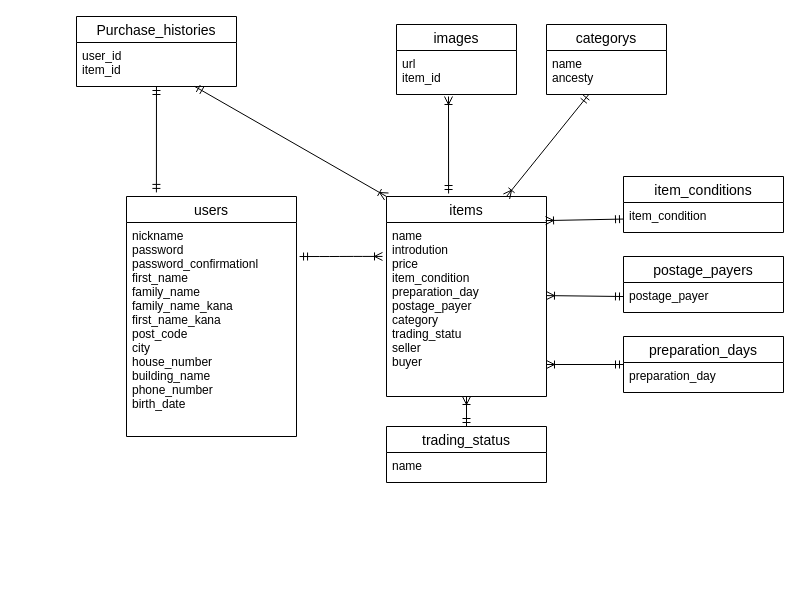
This is furima.dio from coco1127/furima-38432, a draw.io file, before an edit. Source tidied: cells renumbered, new cells numbered last; positions are measured from the earlier drawing's top-left corner, leaving out a move shared by most shapes. Both pictures are drawn from the tidied source at 100%, with x=0, y=0 at pixel (76, 16).
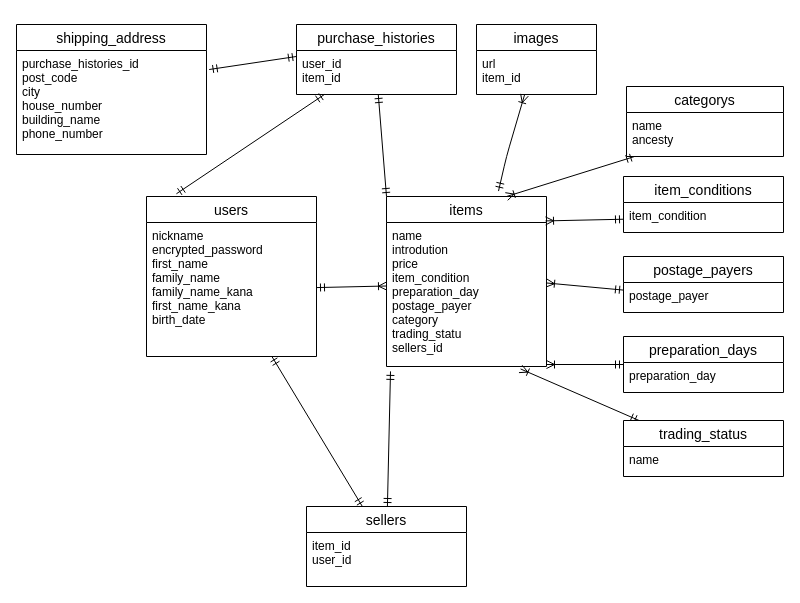
The same diagram, later.

Commit message (it also covers changes not shown here):
購入・配送先テーブル作成

Unchanged cells that the change refers to:
```xml
<mxCell id="7" value="url&#10;item_id" style="text;strokeColor=none;fillColor=none;spacingLeft=4;spacingRight=4;overflow=hidden;points=[[0,0.5],[1,0.5]];portConstraint=eastwest;fontSize=12;" parent="6" vertex="1">
  <mxGeometry y="26" width="120" height="44" as="geometry" />
</mxCell>
<mxCell id="12" value="user_id&#10;item_id&#10;" style="text;strokeColor=none;fillColor=none;spacingLeft=4;spacingRight=4;overflow=hidden;points=[[0,0.5],[1,0.5]];portConstraint=eastwest;fontSize=12;" parent="11" vertex="1">
  <mxGeometry y="26" width="160" height="44" as="geometry" />
</mxCell>
```

Change to the diagram source:
```diff
@@
     <mxCell id="2" value="users" style="swimlane;fontStyle=0;horizontal=1;startSize=26;align=center;fontSize=14;" parent="1" vertex="1">
-      <mxGeometry x="50" y="180" width="170" height="240" as="geometry" />
+      <mxGeometry x="70" y="180" width="170" height="160" as="geometry" />
     </mxCell>
-    <mxCell id="3" value="nickname&#10;password&#10;password_confirmationl&#10;first_name&#10;family_name&#10;family_name_kana&#10;first_name_kana&#10;post_code&#10;city&#10;house_number&#10;building_name&#10;phone_number&#10;birth_date&#10;" style="text;strokeColor=none;fillColor=none;spacingLeft=4;spacingRight=4;overflow=hidden;points=[[0,0.5],[1,0.5]];portConstraint=eastwest;fontSize=12;" parent="2" vertex="1">
-      <mxGeometry y="26" width="170" height="214" as="geometry" />
+    <mxCell id="3" value="nickname&#10;encrypted_password&#10;first_name&#10;family_name&#10;family_name_kana&#10;first_name_kana&#10;birth_date&#10;" style="text;strokeColor=none;fillColor=none;spacingLeft=4;spacingRight=4;overflow=hidden;points=[[0,0.5],[1,0.5]];portConstraint=eastwest;fontSize=12;" parent="2" vertex="1">
+      <mxGeometry y="26" width="170" height="134" as="geometry" />
     </mxCell>
     <mxCell id="4" value="items" style="swimlane;fontStyle=0;horizontal=1;startSize=26;align=center;fontSize=14;" parent="1" vertex="1">
-      <mxGeometry x="310" y="180" width="160" height="200" as="geometry" />
+      <mxGeometry x="310" y="180" width="160" height="170" as="geometry" />
     </mxCell>
-    <mxCell id="5" value="name&#10;introdution&#10;price&#10;item_condition&#10;preparation_day&#10;postage_payer&#10;category&#10;trading_statu&#10;seller&#10;buyer&#10;&#10;" style="text;strokeColor=none;fillColor=none;spacingLeft=4;spacingRight=4;overflow=hidden;points=[[0,0.5],[1,0.5]];portConstraint=eastwest;fontSize=12;" parent="4" vertex="1">
-      <mxGeometry y="26" width="160" height="174" as="geometry" />
+    <mxCell id="5" value="name&#10;introdution&#10;price&#10;item_condition&#10;preparation_day&#10;postage_payer&#10;category&#10;trading_statu&#10;sellers_id&#10;" style="text;strokeColor=none;fillColor=none;spacingLeft=4;spacingRight=4;overflow=hidden;points=[[0,0.5],[1,0.5]];portConstraint=eastwest;fontSize=12;" parent="4" vertex="1">
+      <mxGeometry y="26" width="160" height="144" as="geometry" />
     </mxCell>
     <mxCell id="6" value="images" style="swimlane;fontStyle=0;horizontal=1;startSize=26;align=center;fontSize=14;" parent="1" vertex="1">
-      <mxGeometry x="320" y="8" width="120" height="70" as="geometry" />
+      <mxGeometry x="400" y="8" width="120" height="70" as="geometry" />
     </mxCell>
@@
     <mxCell id="8" value="categorys" style="swimlane;fontStyle=0;horizontal=1;startSize=26;align=center;fontSize=14;" parent="1" vertex="1">
-      <mxGeometry x="470" y="8" width="120" height="70" as="geometry" />
+      <mxGeometry x="550" y="70" width="157" height="70" as="geometry" />
     </mxCell>
     <mxCell id="9" value="name&#10;ancesty" style="text;strokeColor=none;fillColor=none;spacingLeft=4;spacingRight=4;overflow=hidden;points=[[0,0.5],[1,0.5]];portConstraint=eastwest;fontSize=12;" parent="8" vertex="1">
-      <mxGeometry y="26" width="120" height="44" as="geometry" />
+      <mxGeometry y="26" width="157" height="44" as="geometry" />
     </mxCell>
@@
-    <mxCell id="11" value="Purchase_histories" style="swimlane;fontStyle=0;horizontal=1;startSize=26;align=center;fontSize=14;" parent="1" vertex="1">
-      <mxGeometry width="160" height="70" as="geometry" />
+    <mxCell id="11" value="purchase_histories" style="swimlane;fontStyle=0;horizontal=1;startSize=26;align=center;fontSize=14;" parent="1" vertex="1">
+      <mxGeometry x="220" y="8" width="160" height="70" as="geometry" />
     </mxCell>
@@
-    <mxCell id="14" style="edgeStyle=none;html=1;startArrow=ERmandOne;startFill=0;endArrow=ERoneToMany;endFill=0;exitX=0.388;exitY=-0.015;exitDx=0;exitDy=0;exitPerimeter=0;" parent="1" edge="1" source="4">
+    <mxCell id="14" style="edgeStyle=none;html=1;startArrow=ERmandOne;startFill=0;endArrow=ERoneToMany;endFill=0;entryX=0.4;entryY=1.011;entryDx=0;entryDy=0;entryPerimeter=0;exitX=0.7;exitY=-0.032;exitDx=0;exitDy=0;exitPerimeter=0;" parent="1" edge="1" source="4" target="7">
       <mxGeometry relative="1" as="geometry">
-        <mxPoint x="372" y="80" as="targetPoint" />
+        <Array as="points">
+          <mxPoint x="430" y="140" />
+        </Array>
       </mxGeometry>
     </mxCell>
-    <mxCell id="15" style="edgeStyle=entityRelationEdgeStyle;fontSize=12;html=1;endArrow=ERoneToMany;exitX=1.018;exitY=0.159;exitDx=0;exitDy=0;exitPerimeter=0;entryX=-0.025;entryY=0.195;entryDx=0;entryDy=0;entryPerimeter=0;startArrow=ERmandOne;startFill=0;endFill=0;" parent="1" edge="1" source="3" target="5">
-      <mxGeometry relative="1" as="geometry" />
-    </mxCell>
@@
-    <mxCell id="23" style="edgeStyle=none;html=1;startArrow=ERmandOne;startFill=0;endArrow=ERoneToMany;endFill=0;" parent="1" edge="1" source="24" target="5">
+    <mxCell id="23" style="edgeStyle=none;html=1;startArrow=ERmandOne;startFill=0;endArrow=ERoneToMany;endFill=0;entryX=0.838;entryY=1.017;entryDx=0;entryDy=0;entryPerimeter=0;" parent="1" edge="1" source="24" target="5">
       <mxGeometry relative="1" as="geometry" />
     </mxCell>
     <mxCell id="24" value="trading_status" style="swimlane;fontStyle=0;horizontal=1;startSize=26;align=center;fontSize=14;" parent="1" vertex="1">
-      <mxGeometry x="310" y="410" width="160" height="56" as="geometry" />
+      <mxGeometry x="547" y="404" width="160" height="56" as="geometry" />
     </mxCell>
@@
-    <mxCell id="28" style="edgeStyle=none;html=1;startArrow=ERmandOne;startFill=0;endArrow=ERoneToMany;endFill=0;" parent="1" edge="1" source="12">
+    <mxCell id="28" style="edgeStyle=none;html=1;startArrow=ERmandOne;startFill=0;endArrow=ERmandOne;endFill=0;" parent="1" edge="1" source="12">
       <mxGeometry relative="1" as="geometry">
         <mxPoint x="310" y="180" as="targetPoint" />
       </mxGeometry>
     </mxCell>
+    <mxCell id="29" style="edgeStyle=none;html=1;entryX=0.025;entryY=1.034;entryDx=0;entryDy=0;entryPerimeter=0;startArrow=ERmandOne;startFill=0;endArrow=ERmandOne;endFill=0;" parent="1" edge="1" source="30" target="5">
+      <mxGeometry relative="1" as="geometry" />
+    </mxCell>
+    <mxCell id="30" value="sellers" style="swimlane;fontStyle=0;horizontal=1;startSize=26;align=center;fontSize=14;" parent="1" vertex="1">
+      <mxGeometry x="230" y="490" width="160" height="80" as="geometry" />
+    </mxCell>
+    <mxCell id="31" value="item_id&#10;user_id" style="text;strokeColor=none;fillColor=none;spacingLeft=4;spacingRight=4;overflow=hidden;fontSize=12;" parent="30" vertex="1">
+      <mxGeometry y="26" width="160" height="54" as="geometry" />
+    </mxCell>
+    <mxCell id="32" style="edgeStyle=none;html=1;startArrow=ERmandOne;startFill=0;endArrow=ERmandOne;endFill=0;entryX=0;entryY=0.136;entryDx=0;entryDy=0;entryPerimeter=0;exitX=1.014;exitY=0.183;exitDx=0;exitDy=0;exitPerimeter=0;" parent="1" edge="1" source="34" target="12">
+      <mxGeometry relative="1" as="geometry" />
+    </mxCell>
+    <mxCell id="33" value="shipping_address" style="swimlane;fontStyle=0;horizontal=1;startSize=26;align=center;fontSize=14;" parent="1" vertex="1">
+      <mxGeometry x="-60" y="8" width="190" height="130" as="geometry" />
+    </mxCell>
+    <mxCell id="34" value="purchase_histories_id&#10;post_code&#10;city&#10;house_number&#10;building_name&#10;phone_number" style="text;strokeColor=none;fillColor=none;spacingLeft=4;spacingRight=4;overflow=hidden;points=[[0,0.5],[1,0.5]];portConstraint=eastwest;fontSize=12;" parent="33" vertex="1">
+      <mxGeometry y="26" width="190" height="104" as="geometry" />
+    </mxCell>
+    <mxCell id="15" style="edgeStyle=none;html=1;startArrow=ERmandOne;startFill=0;endArrow=ERoneToMany;endFill=0;entryX=0;entryY=0.441;entryDx=0;entryDy=0;entryPerimeter=0;" parent="1" edge="1" source="3" target="5">
+      <mxGeometry relative="1" as="geometry" />
+    </mxCell>
+    <mxCell id="35" style="edgeStyle=none;html=1;startArrow=ERmandOne;startFill=0;endArrow=ERmandOne;endFill=0;" parent="1" edge="1" source="3" target="30">
+      <mxGeometry relative="1" as="geometry" />
+    </mxCell>
```
